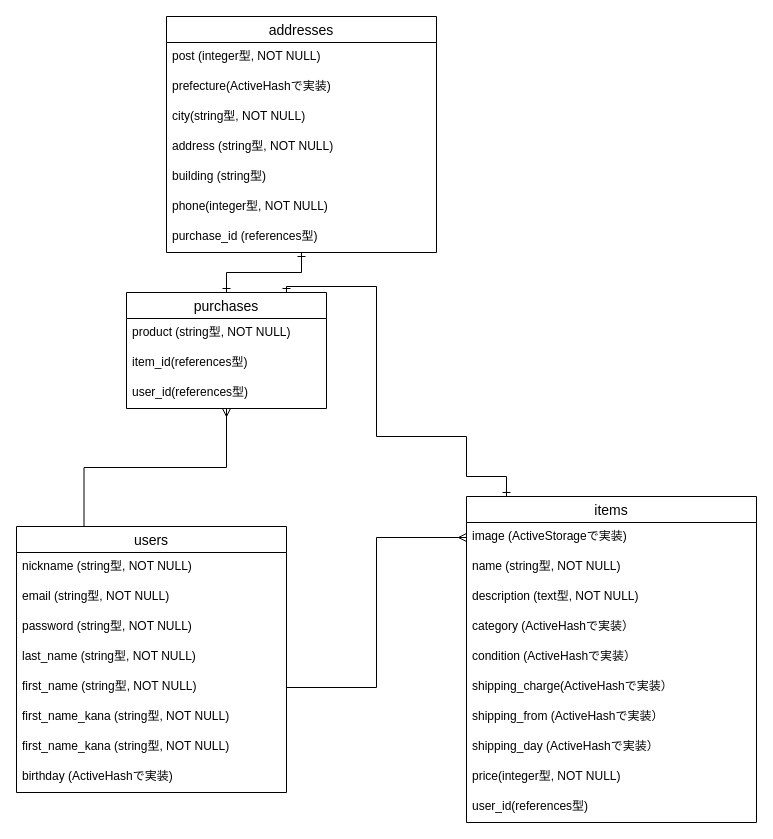
The draw.io diagram furima.dio in yuki-b4/furima-32983, before the edit. Source tidied: cells renumbered, new cells numbered last; positions are measured from the earlier drawing's top-left corner, leaving out a move shared by most shapes. Both pictures are drawn from the tidied source at 100%, with x=0, y=0 at pixel (16, 16).
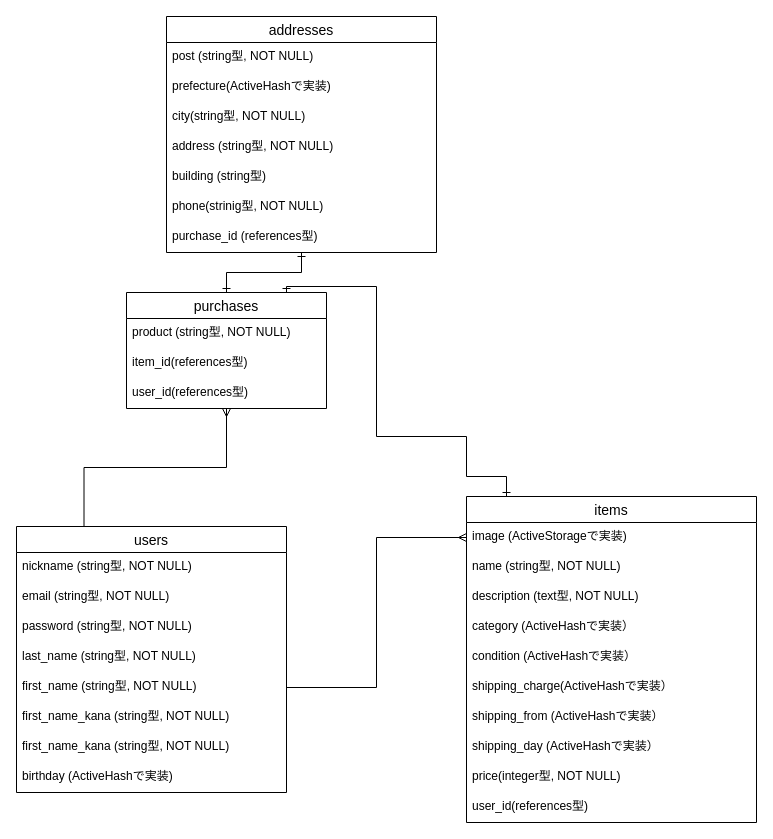
The same page after the edit.

Commit message (it also covers changes not shown here):
READMEとER図の修正(3)

Unchanged cells that the change refers to:
```xml
<mxCell id="25" value="addresses" style="swimlane;fontStyle=0;horizontal=1;startSize=26;align=center;fontSize=14;" parent="1" vertex="1">
  <mxGeometry x="150" width="270" height="236" as="geometry" />
</mxCell>
```

What changed in the source:
```diff
@@
-    <mxCell id="26" value="post (integer型, NOT NULL)" style="text;strokeColor=none;fillColor=none;spacingLeft=4;spacingRight=4;overflow=hidden;fontSize=12;" parent="25" vertex="1">
+    <mxCell id="26" value="post (string型, NOT NULL)" style="text;strokeColor=none;fillColor=none;spacingLeft=4;spacingRight=4;overflow=hidden;fontSize=12;" parent="25" vertex="1">
       <mxGeometry y="26" width="270" height="30" as="geometry" />
     </mxCell>
@@
-    <mxCell id="31" value="phone(integer型, NOT NULL)" style="text;strokeColor=none;fillColor=none;spacingLeft=4;spacingRight=4;overflow=hidden;fontSize=12;" parent="25" vertex="1">
+    <mxCell id="31" value="phone(strinig型, NOT NULL)" style="text;strokeColor=none;fillColor=none;spacingLeft=4;spacingRight=4;overflow=hidden;fontSize=12;" parent="25" vertex="1">
       <mxGeometry y="176" width="270" height="30" as="geometry" />
     </mxCell>
```
